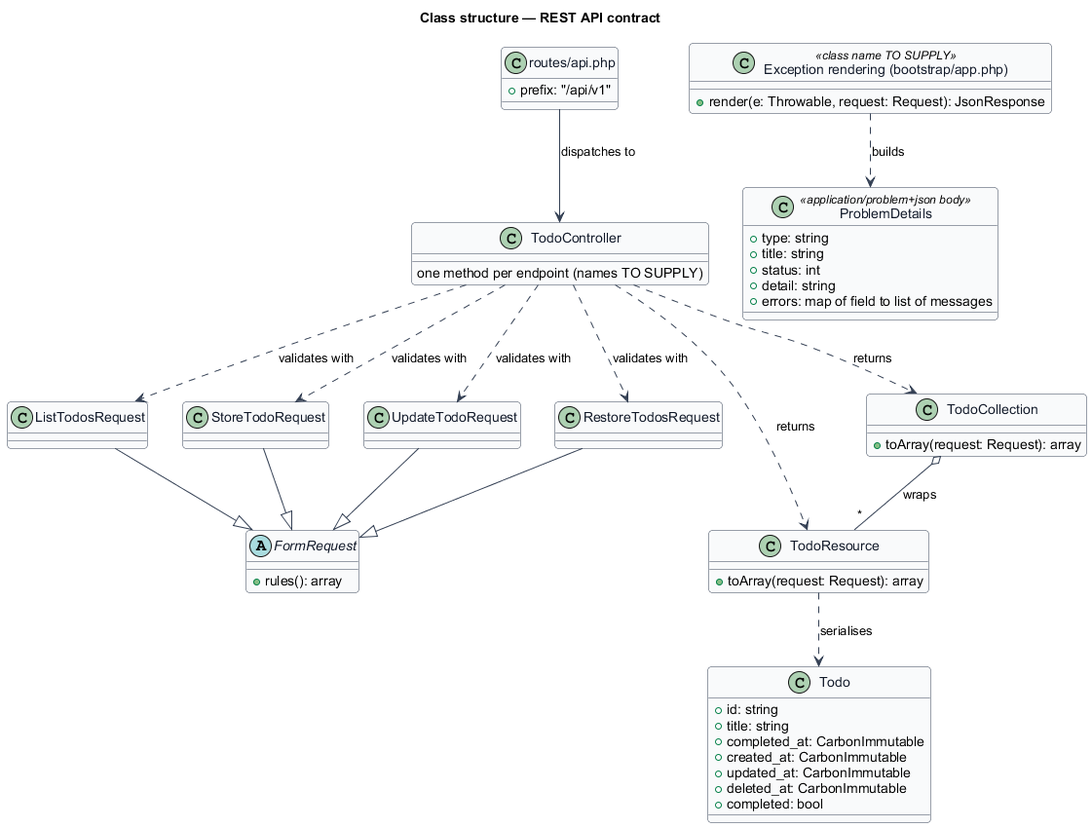
Before: docs/detailed-designs/api-platform/rest-api-contract/diagrams/class-structure.png, a diagram exported from PlantUML (QuinntyneBrown/php-todo-lab). The source it was exported from:
```plantuml
@startuml
skinparam backgroundColor #FFFFFF
skinparam shadowing false
skinparam roundcorner 8
skinparam defaultFontName Arial
skinparam ArrowColor #344054
skinparam class {
  BorderColor #344054
  FontColor #101828
  BackgroundColor #F9FAFB
}
title Class structure — REST API contract

class "routes/api.php" as Routes {
  +prefix: "/api/v1"
}

class TodoController {
  one method per endpoint (names TO SUPPLY)
}

abstract class FormRequest {
  +rules(): array
}

class ListTodosRequest
class StoreTodoRequest
class UpdateTodoRequest
class RestoreTodosRequest

class TodoResource {
  +toArray(request: Request): array
}

class TodoCollection {
  +toArray(request: Request): array
}

class Todo {
  +id: string
  +title: string
  +completed_at: CarbonImmutable
  +created_at: CarbonImmutable
  +updated_at: CarbonImmutable
  +deleted_at: CarbonImmutable
  +completed: bool
}

class "Exception rendering (bootstrap/app.php)" as ExceptionRendering <<class name TO SUPPLY>> {
  +render(e: Throwable, request: Request): JsonResponse
}

class ProblemDetails <<application/problem+json body>> {
  +type: string
  +title: string
  +status: int
  +detail: string
  +errors: map of field to list of messages
}

Routes --> TodoController : dispatches to
TodoController ..> ListTodosRequest : validates with
TodoController ..> StoreTodoRequest : validates with
TodoController ..> UpdateTodoRequest : validates with
TodoController ..> RestoreTodosRequest : validates with
ListTodosRequest --|> FormRequest
StoreTodoRequest --|> FormRequest
UpdateTodoRequest --|> FormRequest
RestoreTodosRequest --|> FormRequest
TodoController ..> TodoResource : returns
TodoController ..> TodoCollection : returns
TodoCollection o-- "*" TodoResource : wraps
TodoResource ..> Todo : serialises
ExceptionRendering ..> ProblemDetails : builds
@enduml
```
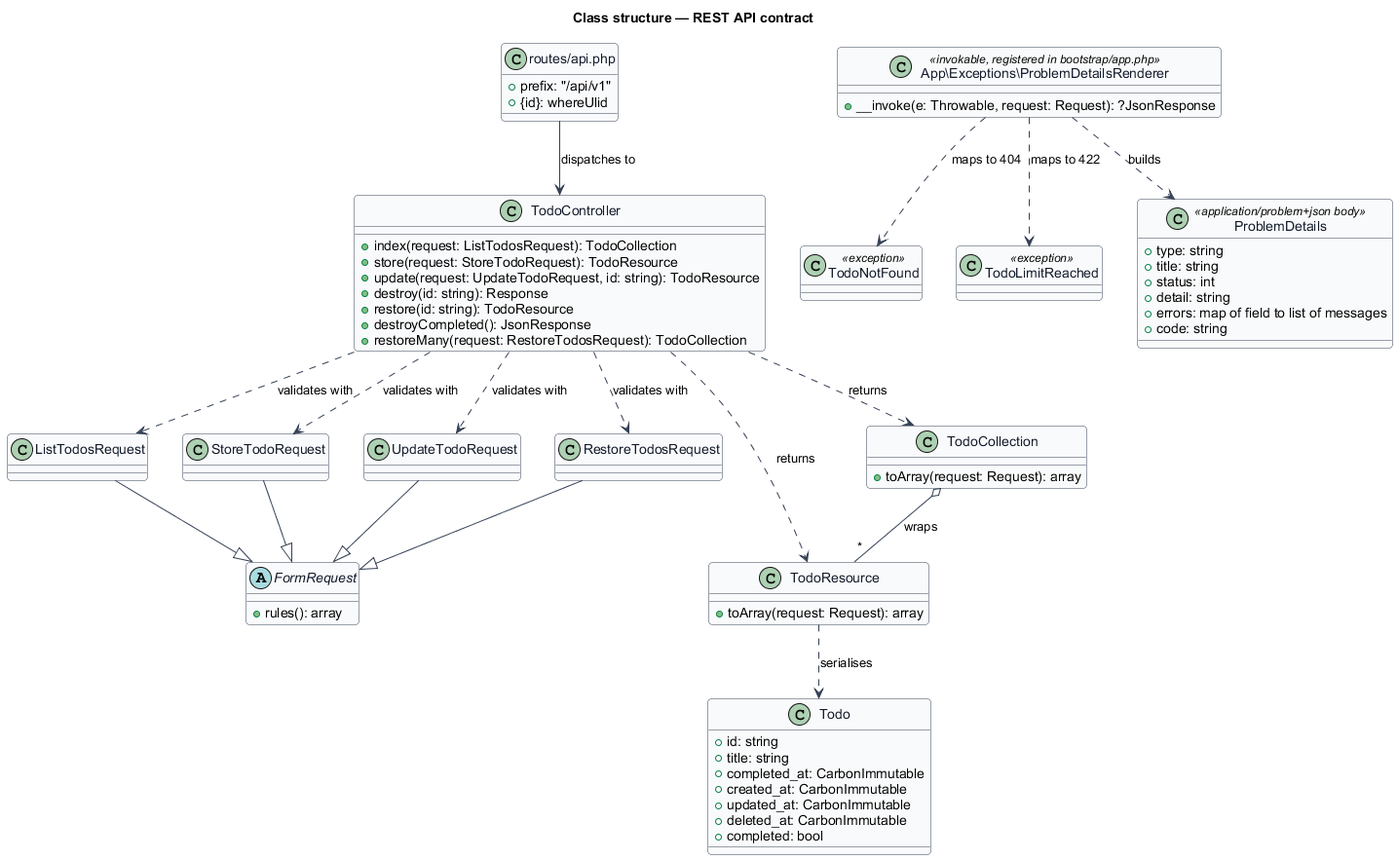
The same diagram one commit later.

Change to the diagram source:
```diff
@@ -13,10 +13,17 @@
 
 class "routes/api.php" as Routes {
   +prefix: "/api/v1"
+  +{id}: whereUlid
 }
 
 class TodoController {
-  one method per endpoint (names TO SUPPLY)
+  +index(request: ListTodosRequest): TodoCollection
+  +store(request: StoreTodoRequest): TodoResource
+  +update(request: UpdateTodoRequest, id: string): TodoResource
+  +destroy(id: string): Response
+  +restore(id: string): TodoResource
+  +destroyCompleted(): JsonResponse
+  +restoreMany(request: RestoreTodosRequest): TodoCollection
 }
 
 abstract class FormRequest {
@@ -46,9 +53,12 @@
   +completed: bool
 }
 
-class "Exception rendering (bootstrap/app.php)" as ExceptionRendering <<class name TO SUPPLY>> {
-  +render(e: Throwable, request: Request): JsonResponse
+class "App\Exceptions\ProblemDetailsRenderer" as ExceptionRendering <<invokable, registered in bootstrap/app.php>> {
+  +__invoke(e: Throwable, request: Request): ?JsonResponse
 }
+
+class TodoNotFound <<exception>>
+class TodoLimitReached <<exception>>
 
 class ProblemDetails <<application/problem+json body>> {
   +type: string
@@ -56,6 +66,7 @@
   +status: int
   +detail: string
   +errors: map of field to list of messages
+  +code: string
 }
 
 Routes --> TodoController : dispatches to
@@ -72,4 +83,6 @@
 TodoCollection o-- "*" TodoResource : wraps
 TodoResource ..> Todo : serialises
 ExceptionRendering ..> ProblemDetails : builds
+ExceptionRendering ..> TodoNotFound : maps to 404
+ExceptionRendering ..> TodoLimitReached : maps to 422
 @enduml
```
